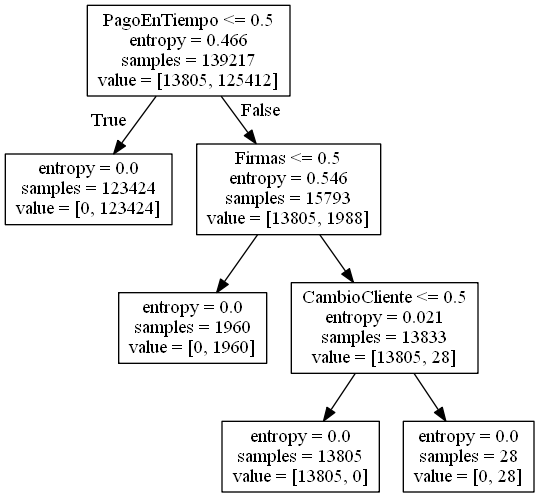
This is Machine_Learning/HrdzPython/DecisionTreeML_Hrdz/HerdezSet.png from thinkcares/thinkcares, a Graphviz export, as it was before one commit. Its source is kept beside it as Machine_Learning/HrdzPython/DecisionTreeML_Hrdz/HerdezSet.dot. Its diagram source:
```dot
digraph Tree {
node [shape=box] ;
0 [label="PagoEnTiempo <= 0.5\nentropy = 0.466\nsamples = 139217\nvalue = [13805, 125412]"] ;
1 [label="entropy = 0.0\nsamples = 123424\nvalue = [0, 123424]"] ;
0 -> 1 [labeldistance=2.5, labelangle=45, headlabel="True"] ;
2 [label="Firmas <= 0.5\nentropy = 0.546\nsamples = 15793\nvalue = [13805, 1988]"] ;
0 -> 2 [labeldistance=2.5, labelangle=-45, headlabel="False"] ;
3 [label="entropy = 0.0\nsamples = 1960\nvalue = [0, 1960]"] ;
2 -> 3 ;
4 [label="CambioCliente <= 0.5\nentropy = 0.021\nsamples = 13833\nvalue = [13805, 28]"] ;
2 -> 4 ;
5 [label="entropy = 0.0\nsamples = 13805\nvalue = [13805, 0]"] ;
4 -> 5 ;
6 [label="entropy = 0.0\nsamples = 28\nvalue = [0, 28]"] ;
4 -> 6 ;
}
```
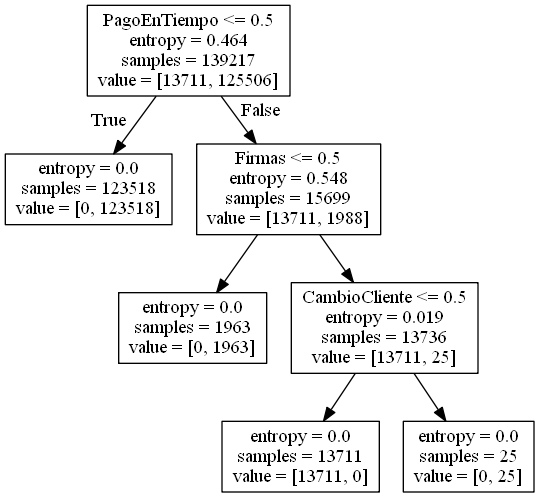
The same diagram one commit later.

Change to the diagram source:
```diff
@@ -1,16 +1,16 @@
 digraph Tree {
 node [shape=box] ;
-0 [label="PagoEnTiempo <= 0.5\nentropy = 0.466\nsamples = 139217\nvalue = [13805, 125412]"] ;
-1 [label="entropy = 0.0\nsamples = 123424\nvalue = [0, 123424]"] ;
+0 [label="PagoEnTiempo <= 0.5\nentropy = 0.464\nsamples = 139217\nvalue = [13711, 125506]"] ;
+1 [label="entropy = 0.0\nsamples = 123518\nvalue = [0, 123518]"] ;
 0 -> 1 [labeldistance=2.5, labelangle=45, headlabel="True"] ;
-2 [label="Firmas <= 0.5\nentropy = 0.546\nsamples = 15793\nvalue = [13805, 1988]"] ;
+2 [label="Firmas <= 0.5\nentropy = 0.548\nsamples = 15699\nvalue = [13711, 1988]"] ;
 0 -> 2 [labeldistance=2.5, labelangle=-45, headlabel="False"] ;
-3 [label="entropy = 0.0\nsamples = 1960\nvalue = [0, 1960]"] ;
+3 [label="entropy = 0.0\nsamples = 1963\nvalue = [0, 1963]"] ;
 2 -> 3 ;
-4 [label="CambioCliente <= 0.5\nentropy = 0.021\nsamples = 13833\nvalue = [13805, 28]"] ;
+4 [label="CambioCliente <= 0.5\nentropy = 0.019\nsamples = 13736\nvalue = [13711, 25]"] ;
 2 -> 4 ;
-5 [label="entropy = 0.0\nsamples = 13805\nvalue = [13805, 0]"] ;
+5 [label="entropy = 0.0\nsamples = 13711\nvalue = [13711, 0]"] ;
 4 -> 5 ;
-6 [label="entropy = 0.0\nsamples = 28\nvalue = [0, 28]"] ;
+6 [label="entropy = 0.0\nsamples = 25\nvalue = [0, 25]"] ;
 4 -> 6 ;
 }
```
